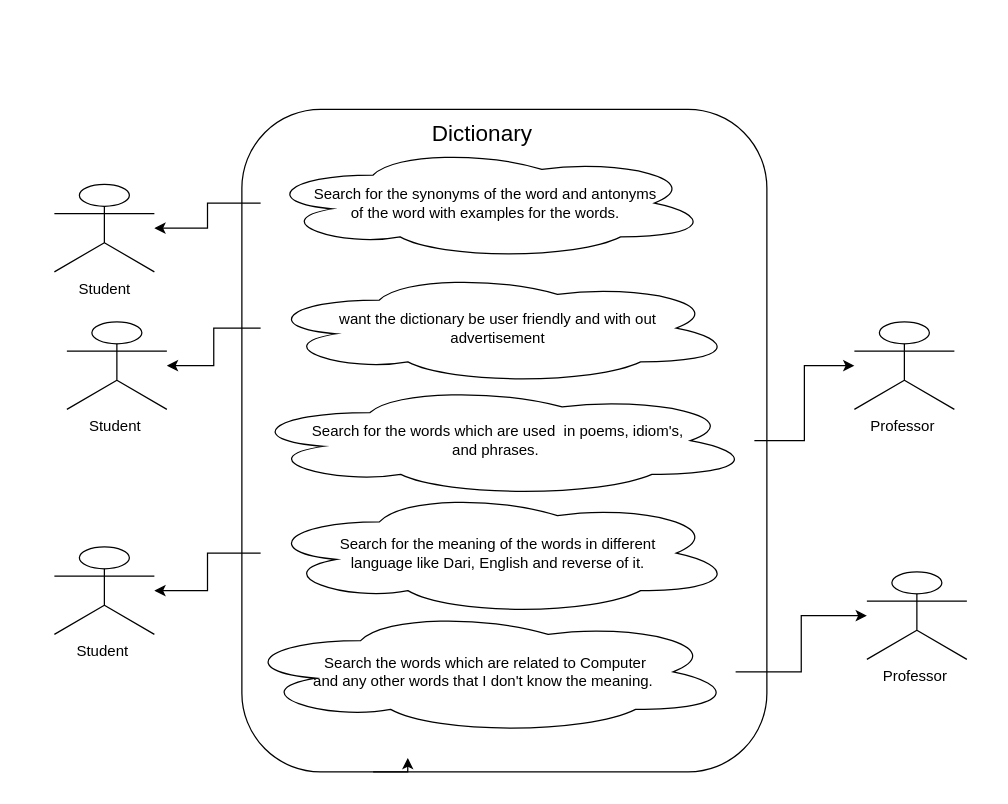
The draw.io diagram Untitled Diagram.drawio in Tesla47/ScrumProject-Dictionary, before the edit. Source tidied: cells renumbered, new cells numbered last; positions are measured from the earlier drawing's top-left corner, leaving out a move shared by most shapes. Both pictures are drawn from the tidied source at 125%, with x=0, y=0 at pixel (54, 109).
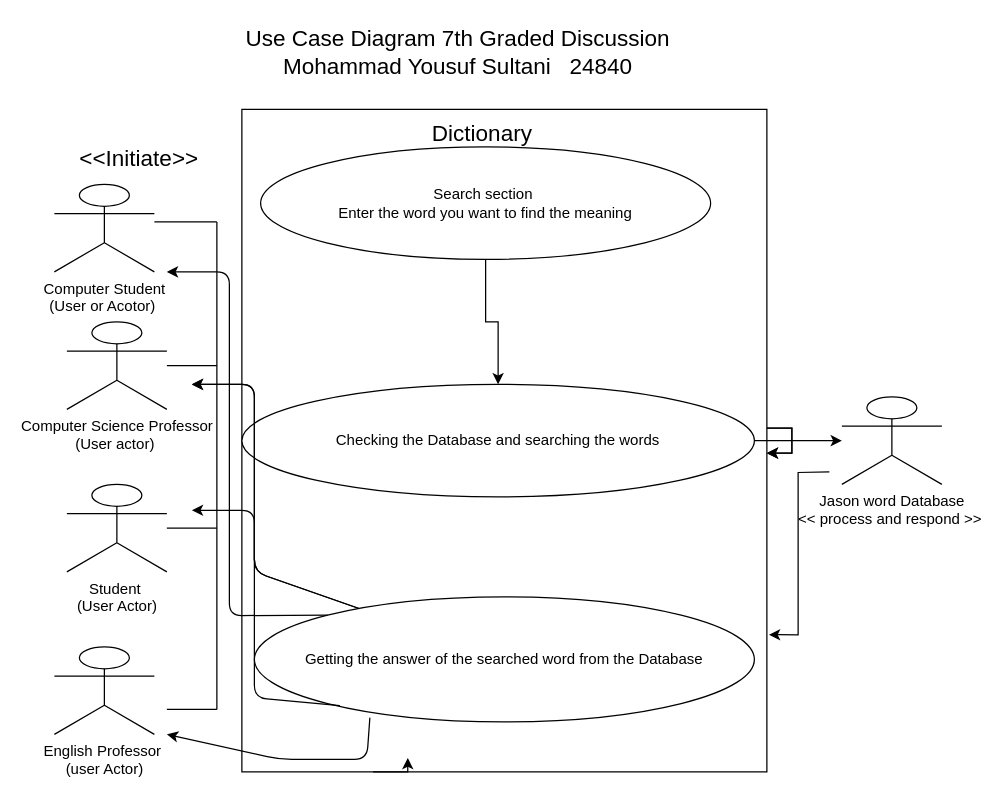
Above is the later version.

Diff of the diagram source:
```diff
@@
-    <mxCell id="2" style="rounded=1;whiteSpace=wrap;html=1;" parent="1" vertex="1">
+    <mxCell id="2" style="rounded=0;whiteSpace=wrap;html=1;" parent="1" vertex="1">
       <mxGeometry x="150" width="420" height="530" as="geometry" />
     </mxCell>
-    <mxCell id="3" value="Student" style="shape=umlActor;verticalLabelPosition=bottom;verticalAlign=top;html=1;outlineConnect=0;" parent="1" vertex="1">
+    <mxCell id="3" value="Computer Student&lt;br&gt;(User or Acotor)&amp;nbsp;" style="shape=umlActor;verticalLabelPosition=bottom;verticalAlign=top;html=1;outlineConnect=0;" parent="1" vertex="1">
       <mxGeometry y="60" width="80" height="70" as="geometry" />
     </mxCell>
-    <mxCell id="4" style="edgeStyle=orthogonalEdgeStyle;rounded=0;jettySize=auto;html=1;" parent="1" edge="1" source="5" target="3">
-      <mxGeometry relative="1" as="geometry" />
-    </mxCell>
+    <mxCell id="20" style="edgeStyle=orthogonalEdgeStyle;rounded=0;jettySize=auto;html=1;fontSize=18;" parent="1" edge="1" source="5" target="9">
+      <mxGeometry relative="1" as="geometry" />
+    </mxCell>
-    <mxCell id="5" value="Search for the synonyms of the word and antonyms&lt;br&gt;&amp;nbsp;of the word with examples for the words.&amp;nbsp;" style="ellipse;shape=cloud;whiteSpace=wrap;html=1;" parent="1" vertex="1">
+    <mxCell id="5" value="Search section&amp;nbsp;&lt;br&gt;Enter the word you want to find the meaning" style="ellipse;whiteSpace=wrap;html=1;" parent="1" vertex="1">
       <mxGeometry x="165" y="30" width="360" height="90" as="geometry" />
     </mxCell>
-    <mxCell id="6" style="edgeStyle=orthogonalEdgeStyle;rounded=0;jettySize=auto;html=1;" parent="1" edge="1" source="7" target="14">
-      <mxGeometry relative="1" as="geometry" />
-    </mxCell>
-    <mxCell id="7" value="want the dictionary be user friendly and with out &lt;br&gt;advertisement" style="ellipse;shape=cloud;whiteSpace=wrap;html=1;" parent="1" vertex="1">
-      <mxGeometry x="165" y="130" width="380" height="90" as="geometry" />
-    </mxCell>
-    <mxCell id="8" style="edgeStyle=orthogonalEdgeStyle;rounded=0;jettySize=auto;html=1;" parent="1" edge="1" source="9" target="17">
-      <mxGeometry relative="1" as="geometry" />
-    </mxCell>
+    <mxCell id="21" style="edgeStyle=orthogonalEdgeStyle;rounded=0;jettySize=auto;html=1;fontSize=18;" parent="1" edge="1" source="9" target="16">
+      <mxGeometry relative="1" as="geometry" />
+    </mxCell>
-    <mxCell id="9" value="&lt;span&gt;Search for the words which are used&amp;nbsp; in poems, idiom's, &lt;br&gt;and phrases.&amp;nbsp;&lt;/span&gt;" style="ellipse;shape=cloud;whiteSpace=wrap;html=1;" parent="1" vertex="1">
+    <mxCell id="9" value="Checking the Database and searching the words" style="ellipse;whiteSpace=wrap;html=1;" parent="1" vertex="1">
       <mxGeometry x="150" y="220" width="410" height="90" as="geometry" />
     </mxCell>
-    <mxCell id="10" style="edgeStyle=orthogonalEdgeStyle;rounded=0;jettySize=auto;html=1;" parent="1" edge="1" source="11" target="15">
-      <mxGeometry relative="1" as="geometry" />
-    </mxCell>
-    <mxCell id="11" value="Search for the meaning of the words in different&lt;br&gt;&amp;nbsp;language like Dari, English and reverse of it.&amp;nbsp;" style="ellipse;shape=cloud;whiteSpace=wrap;html=1;" parent="1" vertex="1">
-      <mxGeometry x="165" y="305" width="380" height="100" as="geometry" />
-    </mxCell>
-    <mxCell id="12" style="edgeStyle=orthogonalEdgeStyle;rounded=0;jettySize=auto;html=1;" parent="1" edge="1" source="13" target="16">
-      <mxGeometry relative="1" as="geometry" />
-    </mxCell>
-    <mxCell id="13" value="Search the words which are related to Computer&lt;br&gt;&amp;nbsp;and any other words that I don't know the meaning.&amp;nbsp;&amp;nbsp;" style="ellipse;shape=cloud;whiteSpace=wrap;html=1;" parent="1" vertex="1">
-      <mxGeometry x="145" y="400" width="400" height="100" as="geometry" />
+    <mxCell id="13" value="Getting the answer of the searched word from the Database" style="ellipse;whiteSpace=wrap;html=1;" parent="1" vertex="1">
+      <mxGeometry x="160" y="390" width="400" height="100" as="geometry" />
     </mxCell>
-    <mxCell id="14" value="Student&amp;nbsp;" style="shape=umlActor;verticalLabelPosition=bottom;verticalAlign=top;html=1;outlineConnect=0;" parent="1" vertex="1">
+    <mxCell id="14" value="Computer Science Professor&lt;br&gt;(User actor)&amp;nbsp;" style="shape=umlActor;verticalLabelPosition=bottom;verticalAlign=top;html=1;outlineConnect=0;" parent="1" vertex="1">
       <mxGeometry x="10" y="170" width="80" height="70" as="geometry" />
     </mxCell>
-    <mxCell id="15" value="Student&amp;nbsp;" style="shape=umlActor;verticalLabelPosition=bottom;verticalAlign=top;html=1;outlineConnect=0;" parent="1" vertex="1">
-      <mxGeometry y="350" width="80" height="70" as="geometry" />
+    <mxCell id="15" value="Student&amp;nbsp;&lt;br&gt;(User Actor)" style="shape=umlActor;verticalLabelPosition=bottom;verticalAlign=top;html=1;outlineConnect=0;" parent="1" vertex="1">
+      <mxGeometry x="10" y="300" width="80" height="70" as="geometry" />
     </mxCell>
+    <mxCell id="22" style="edgeStyle=orthogonalEdgeStyle;rounded=0;jettySize=auto;html=1;fontSize=18;entryX=1.004;entryY=0.793;entryDx=0;entryDy=0;entryPerimeter=0;" parent="1" edge="1" target="2">
+      <mxGeometry relative="1" as="geometry">
+        <mxPoint x="620" y="290" as="sourcePoint" />
+      </mxGeometry>
+    </mxCell>
-    <mxCell id="16" value="Professor&amp;nbsp;" style="shape=umlActor;verticalLabelPosition=bottom;verticalAlign=top;html=1;outlineConnect=0;" parent="1" vertex="1">
-      <mxGeometry x="650" y="370" width="80" height="70" as="geometry" />
+    <mxCell id="16" value="Jason word Database&lt;br&gt;&amp;lt;&amp;lt; process and respond &amp;gt;&amp;gt;&amp;nbsp;" style="shape=umlActor;verticalLabelPosition=bottom;verticalAlign=top;html=1;outlineConnect=0;" parent="1" vertex="1">
+      <mxGeometry x="630" y="230" width="80" height="70" as="geometry" />
     </mxCell>
-    <mxCell id="17" value="Professor&amp;nbsp;" style="shape=umlActor;verticalLabelPosition=bottom;verticalAlign=top;html=1;outlineConnect=0;" parent="1" vertex="1">
-      <mxGeometry x="640" y="170" width="80" height="70" as="geometry" />
+    <mxCell id="17" value="English Professor&amp;nbsp;&lt;br&gt;(user Actor)" style="shape=umlActor;verticalLabelPosition=bottom;verticalAlign=top;html=1;outlineConnect=0;" parent="1" vertex="1">
+      <mxGeometry y="430" width="80" height="70" as="geometry" />
     </mxCell>
@@
+    <mxCell id="23" value="Use Case Diagram 7th Graded Discussion&amp;nbsp;&lt;br&gt;Mohammad Yousuf Sultani&amp;nbsp; &amp;nbsp;24840&amp;nbsp;" style="text;html=1;align=center;verticalAlign=middle;fontSize=18;" parent="1" vertex="1">
+      <mxGeometry x="145" y="-70" width="360" height="50" as="geometry" />
+    </mxCell>
+    <mxCell id="24" value="&amp;lt;&amp;lt;Initiate&amp;gt;&amp;gt;&amp;nbsp;" style="text;html=1;align=center;verticalAlign=middle;fontSize=18;" parent="1" vertex="1">
+      <mxGeometry x="10" y="25" width="120" height="30" as="geometry" />
+    </mxCell>
+    <mxCell id="25" style="edgeStyle=orthogonalEdgeStyle;rounded=0;orthogonalLoop=1;jettySize=auto;html=1;fontSize=18;" parent="1" edge="1" source="2" target="2">
+      <mxGeometry relative="1" as="geometry" />
+    </mxCell>
+    <mxCell id="26" style="edgeStyle=orthogonalEdgeStyle;rounded=0;orthogonalLoop=1;jettySize=auto;html=1;fontSize=18;" parent="1" edge="1" source="2" target="2">
+      <mxGeometry relative="1" as="geometry" />
+    </mxCell>
+    <mxCell id="27" style="endArrow=none;html=1;fontSize=18;" parent="1" edge="1">
+      <mxGeometry relative="1" as="geometry">
+        <mxPoint x="80" y="90" as="sourcePoint" />
+        <mxPoint x="130" y="90" as="targetPoint" />
+      </mxGeometry>
+    </mxCell>
+    <mxCell id="28" style="endArrow=none;html=1;fontSize=18;" parent="1" edge="1">
+      <mxGeometry relative="1" as="geometry">
+        <mxPoint x="130" y="480" as="sourcePoint" />
+        <mxPoint x="130" y="90" as="targetPoint" />
+      </mxGeometry>
+    </mxCell>
+    <mxCell id="29" style="endArrow=none;html=1;fontSize=18;" parent="1" edge="1">
+      <mxGeometry relative="1" as="geometry">
+        <mxPoint x="130" y="480" as="sourcePoint" />
+        <mxPoint x="90" y="480" as="targetPoint" />
+      </mxGeometry>
+    </mxCell>
+    <mxCell id="30" style="endArrow=none;html=1;fontSize=18;" parent="1" edge="1" source="15">
+      <mxGeometry relative="1" as="geometry">
+        <mxPoint x="130" y="335" as="targetPoint" />
+      </mxGeometry>
+    </mxCell>
+    <mxCell id="31" style="endArrow=none;html=1;fontSize=18;" parent="1" edge="1" source="14">
+      <mxGeometry relative="1" as="geometry">
+        <mxPoint x="130" y="205" as="targetPoint" />
+      </mxGeometry>
+    </mxCell>
+    <mxCell id="32" style="endArrow=classic;html=1;fontSize=18;exitX=0;exitY=0;exitDx=0;exitDy=0;" parent="1" edge="1" source="13">
+      <mxGeometry relative="1" as="geometry">
+        <mxPoint x="90" y="130" as="targetPoint" />
+        <Array as="points">
+          <mxPoint x="140" y="405" />
+          <mxPoint x="140" y="370" />
+          <mxPoint x="140" y="130" />
+        </Array>
+      </mxGeometry>
+    </mxCell>
+    <mxCell id="33" style="endArrow=classic;html=1;fontSize=18;" parent="1" edge="1" source="13">
+      <mxGeometry relative="1" as="geometry">
+        <mxPoint x="110" y="220" as="targetPoint" />
+        <Array as="points">
+          <mxPoint x="160" y="370" />
+          <mxPoint x="160" y="220" />
+        </Array>
+      </mxGeometry>
+    </mxCell>
+    <mxCell id="34" style="endArrow=classic;html=1;fontSize=18;" parent="1" edge="1" source="13">
+      <mxGeometry relative="1" as="geometry">
+        <mxPoint x="110" y="220" as="targetPoint" />
+        <Array as="points">
+          <mxPoint x="160" y="370" />
+          <mxPoint x="160" y="220" />
+        </Array>
+      </mxGeometry>
+    </mxCell>
+    <mxCell id="35" style="endArrow=classic;html=1;fontSize=18;exitX=0.171;exitY=0.87;exitDx=0;exitDy=0;exitPerimeter=0;" parent="1" edge="1" source="13">
+      <mxGeometry relative="1" as="geometry">
+        <mxPoint x="110" y="320.7" as="targetPoint" />
+        <Array as="points">
+          <mxPoint x="160" y="470.7" />
+          <mxPoint x="160" y="320.7" />
+        </Array>
+      </mxGeometry>
+    </mxCell>
+    <mxCell id="36" style="endArrow=classic;html=1;fontSize=18;exitX=0.231;exitY=0.966;exitDx=0;exitDy=0;exitPerimeter=0;" parent="1" edge="1" source="13">
+      <mxGeometry relative="1" as="geometry">
+        <mxPoint x="90" y="500" as="targetPoint" />
+        <Array as="points">
+          <mxPoint x="250" y="520" />
+          <mxPoint x="180" y="520" />
+        </Array>
+      </mxGeometry>
+    </mxCell>
```
